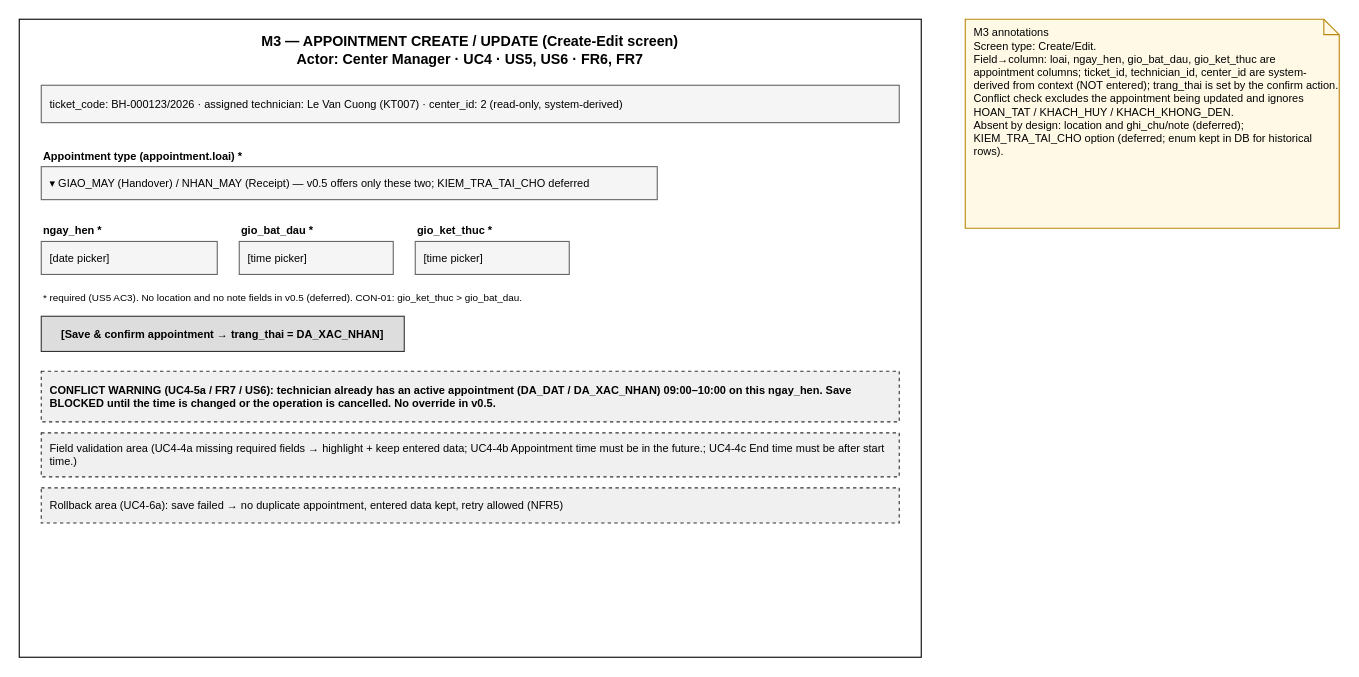
Before: page "M3 Appointment" (3 of 3) of docs/wireframes_l4_en.drawio in RASPHONE/cdtn1-rasphonesamphanthamith-l4, a draw.io diagram. Source tidied: cells renumbered, new cells numbered last; positions are measured from the earlier drawing's top-left corner, leaving out a move shared by most shapes. Both pictures are drawn from the tidied source at 110%, with x=0, y=0 at pixel (19, 19).
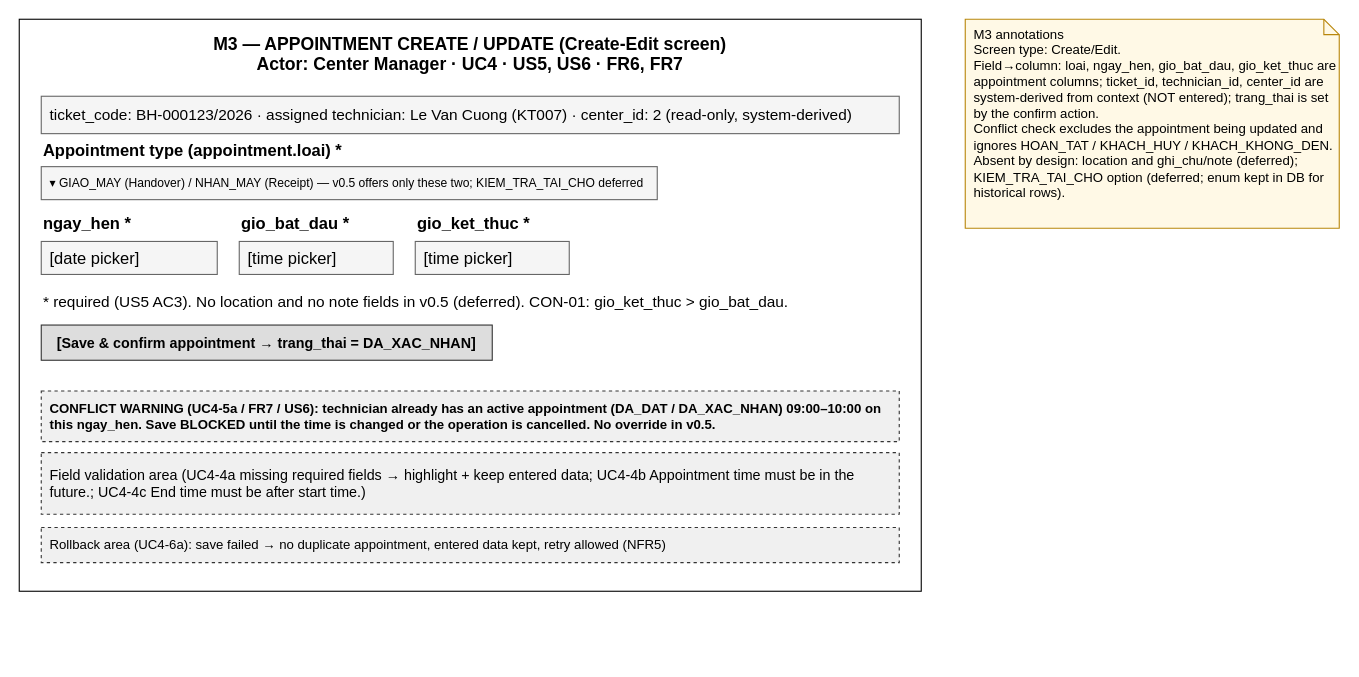
After the change.

Diff of the diagram source:
```diff
@@
 <mxGraphModel>
   <root>
     <mxCell id="0" />
     <mxCell id="1" parent="0" />
-    <mxCell id="2" value="M3 — APPOINTMENT CREATE / UPDATE (Create-Edit screen)&#10;Actor: Center Manager · UC4 · US5, US6 · FR6, FR7" style="rounded=0;whiteSpace=wrap;html=1;fillColor=#FFFFFF;strokeColor=#000000;verticalAlign=top;fontStyle=1;fontSize=13;spacingTop=6;" parent="1" vertex="1">
-      <mxGeometry width="820" height="580" as="geometry" />
+    <mxCell id="2" value="M3 — APPOINTMENT CREATE / UPDATE (Create-Edit screen)&#10;Actor: Center Manager · UC4 · US5, US6 · FR6, FR7" style="rounded=0;whiteSpace=wrap;html=1;fillColor=#FFFFFF;strokeColor=#000000;verticalAlign=top;fontStyle=1;fontSize=16;spacingTop=6;" parent="1" vertex="1">
+      <mxGeometry width="820" height="520" as="geometry" />
     </mxCell>
-    <mxCell id="3" value="ticket_code: BH-000123/2026 · assigned technician: Le Van Cuong (KT007) · center_id: 2  (read-only, system-derived)" style="rounded=0;whiteSpace=wrap;html=1;fillColor=#F5F5F5;strokeColor=#666666;align=left;spacingLeft=6;fontSize=10;" parent="1" vertex="1">
-      <mxGeometry x="20" y="60" width="780" height="34" as="geometry" />
+    <mxCell id="3" value="ticket_code: BH-000123/2026 · assigned technician: Le Van Cuong (KT007) · center_id: 2  (read-only, system-derived)" style="rounded=0;whiteSpace=wrap;html=1;fillColor=#F5F5F5;strokeColor=#666666;align=left;spacingLeft=6;fontSize=14;" parent="1" vertex="1">
+      <mxGeometry x="20" y="70" width="780" height="34" as="geometry" />
     </mxCell>
-    <mxCell id="4" value="Appointment type (appointment.loai) *" style="text;html=1;align=left;fontSize=10;fontStyle=1;" parent="1" vertex="1">
-      <mxGeometry x="20" y="112" width="260" height="18" as="geometry" />
+    <mxCell id="4" value="Appointment type (appointment.loai) *" style="text;html=1;align=left;fontSize=15;fontStyle=1;" parent="1" vertex="1">
+      <mxGeometry x="20" y="104" width="260" height="18" as="geometry" />
     </mxCell>
-    <mxCell id="5" value="▾ GIAO_MAY (Handover) / NHAN_MAY (Receipt) — v0.5 offers only these two; KIEM_TRA_TAI_CHO deferred" style="rounded=0;whiteSpace=wrap;html=1;fillColor=#F5F5F5;strokeColor=#666666;align=left;spacingLeft=6;fontSize=10;" parent="1" vertex="1">
+    <mxCell id="5" value="▾ GIAO_MAY (Handover) / NHAN_MAY (Receipt) — v0.5 offers only these two; KIEM_TRA_TAI_CHO deferred" style="rounded=0;whiteSpace=wrap;html=1;fillColor=#F5F5F5;strokeColor=#666666;align=left;spacingLeft=6;fontSize=11;" parent="1" vertex="1">
       <mxGeometry x="20" y="134" width="560" height="30" as="geometry" />
     </mxCell>
-    <mxCell id="6" value="ngay_hen *" style="text;html=1;align=left;fontSize=10;fontStyle=1;" parent="1" vertex="1">
-      <mxGeometry x="20" y="180" width="120" height="18" as="geometry" />
+    <mxCell id="6" value="ngay_hen *" style="text;html=1;align=left;fontSize=15;fontStyle=1;" parent="1" vertex="1">
+      <mxGeometry x="20" y="170" width="120" height="18" as="geometry" />
     </mxCell>
-    <mxCell id="7" value="[date picker]" style="rounded=0;whiteSpace=wrap;html=1;fillColor=#F5F5F5;strokeColor=#666666;align=left;spacingLeft=6;fontSize=10;" parent="1" vertex="1">
+    <mxCell id="7" value="[date picker]" style="rounded=0;whiteSpace=wrap;html=1;fillColor=#F5F5F5;strokeColor=#666666;align=left;spacingLeft=6;fontSize=15;" parent="1" vertex="1">
       <mxGeometry x="20" y="202" width="160" height="30" as="geometry" />
     </mxCell>
-    <mxCell id="8" value="gio_bat_dau *" style="text;html=1;align=left;fontSize=10;fontStyle=1;" parent="1" vertex="1">
-      <mxGeometry x="200" y="180" width="120" height="18" as="geometry" />
+    <mxCell id="8" value="gio_bat_dau *" style="text;html=1;align=left;fontSize=15;fontStyle=1;" parent="1" vertex="1">
+      <mxGeometry x="200" y="170" width="120" height="18" as="geometry" />
     </mxCell>
-    <mxCell id="9" value="[time picker]" style="rounded=0;whiteSpace=wrap;html=1;fillColor=#F5F5F5;strokeColor=#666666;align=left;spacingLeft=6;fontSize=10;" parent="1" vertex="1">
+    <mxCell id="9" value="[time picker]" style="rounded=0;whiteSpace=wrap;html=1;fillColor=#F5F5F5;strokeColor=#666666;align=left;spacingLeft=6;fontSize=15;" parent="1" vertex="1">
       <mxGeometry x="200" y="202" width="140" height="30" as="geometry" />
     </mxCell>
-    <mxCell id="10" value="gio_ket_thuc *" style="text;html=1;align=left;fontSize=10;fontStyle=1;" parent="1" vertex="1">
-      <mxGeometry x="360" y="180" width="120" height="18" as="geometry" />
+    <mxCell id="10" value="gio_ket_thuc *" style="text;html=1;align=left;fontSize=15;fontStyle=1;" parent="1" vertex="1">
+      <mxGeometry x="360" y="170" width="120" height="18" as="geometry" />
     </mxCell>
-    <mxCell id="11" value="[time picker]" style="rounded=0;whiteSpace=wrap;html=1;fillColor=#F5F5F5;strokeColor=#666666;align=left;spacingLeft=6;fontSize=10;" parent="1" vertex="1">
+    <mxCell id="11" value="[time picker]" style="rounded=0;whiteSpace=wrap;html=1;fillColor=#F5F5F5;strokeColor=#666666;align=left;spacingLeft=6;fontSize=15;" parent="1" vertex="1">
       <mxGeometry x="360" y="202" width="140" height="30" as="geometry" />
     </mxCell>
-    <mxCell id="12" value="* required (US5 AC3). No location and no note fields in v0.5 (deferred). CON-01: gio_ket_thuc &gt; gio_bat_dau." style="text;html=1;align=left;fontSize=9;" parent="1" vertex="1">
+    <mxCell id="12" value="* required (US5 AC3). No location and no note fields in v0.5 (deferred). CON-01: gio_ket_thuc &amp;gt; gio_bat_dau." style="text;html=1;align=left;fontSize=14;" parent="1" vertex="1">
       <mxGeometry x="20" y="242" width="780" height="18" as="geometry" />
     </mxCell>
-    <mxCell id="13" value="[Save &amp; confirm appointment → trang_thai = DA_XAC_NHAN]" style="rounded=0;whiteSpace=wrap;html=1;fillColor=#DDDDDD;strokeColor=#333333;fontSize=10;fontStyle=1;" parent="1" vertex="1">
-      <mxGeometry x="20" y="270" width="330" height="32" as="geometry" />
+    <mxCell id="13" value="[Save &amp;amp; confirm appointment → trang_thai = DA_XAC_NHAN]" style="rounded=0;whiteSpace=wrap;html=1;fillColor=#DDDDDD;strokeColor=#333333;fontSize=13;fontStyle=1;" parent="1" vertex="1">
+      <mxGeometry x="20" y="278" width="410" height="32" as="geometry" />
     </mxCell>
-    <mxCell id="14" value="CONFLICT WARNING (UC4-5a / FR7 / US6): technician already has an active appointment (DA_DAT / DA_XAC_NHAN) 09:00–10:00 on this ngay_hen. Save BLOCKED until the time is changed or the operation is cancelled. No override in v0.5." style="rounded=0;whiteSpace=wrap;html=1;fillColor=#F0F0F0;strokeColor=#333333;dashed=1;align=left;spacingLeft=6;fontSize=10;fontStyle=1;" parent="1" vertex="1">
-      <mxGeometry x="20" y="320" width="780" height="46" as="geometry" />
+    <mxCell id="14" value="CONFLICT WARNING (UC4-5a / FR7 / US6): technician already has an active appointment (DA_DAT / DA_XAC_NHAN) 09:00–10:00 on this ngay_hen. Save BLOCKED until the time is changed or the operation is cancelled. No override in v0.5." style="rounded=0;whiteSpace=wrap;html=1;fillColor=#F0F0F0;strokeColor=#333333;dashed=1;align=left;spacingLeft=6;fontSize=12;fontStyle=1;" parent="1" vertex="1">
+      <mxGeometry x="20" y="338" width="780" height="46" as="geometry" />
     </mxCell>
-    <mxCell id="15" value="Field validation area (UC4-4a missing required fields → highlight + keep entered data; UC4-4b Appointment time must be in the future.; UC4-4c End time must be after start time.)" style="rounded=0;whiteSpace=wrap;html=1;fillColor=#F0F0F0;strokeColor=#333333;dashed=1;align=left;spacingLeft=6;fontSize=10;" parent="1" vertex="1">
-      <mxGeometry x="20" y="376" width="780" height="40" as="geometry" />
+    <mxCell id="15" value="Field validation area (UC4-4a missing required fields → highlight + keep entered data; UC4-4b Appointment time must be in the future.; UC4-4c End time must be after start time.)" style="rounded=0;whiteSpace=wrap;html=1;fillColor=#F0F0F0;strokeColor=#333333;dashed=1;align=left;spacingLeft=6;fontSize=13;" parent="1" vertex="1">
+      <mxGeometry x="20" y="394" width="780" height="56" as="geometry" />
     </mxCell>
-    <mxCell id="16" value="Rollback area (UC4-6a): save failed → no duplicate appointment, entered data kept, retry allowed (NFR5)" style="rounded=0;whiteSpace=wrap;html=1;fillColor=#F0F0F0;strokeColor=#333333;dashed=1;align=left;spacingLeft=6;fontSize=10;" parent="1" vertex="1">
-      <mxGeometry x="20" y="426" width="780" height="32" as="geometry" />
+    <mxCell id="16" value="Rollback area (UC4-6a): save failed → no duplicate appointment, entered data kept, retry allowed (NFR5)" style="rounded=0;whiteSpace=wrap;html=1;fillColor=#F0F0F0;strokeColor=#333333;dashed=1;align=left;spacingLeft=6;fontSize=12;" parent="1" vertex="1">
+      <mxGeometry x="20" y="462" width="780" height="32" as="geometry" />
     </mxCell>
-    <mxCell id="17" value="M3 annotations&#10;Screen type: Create/Edit.&#10;Field→column: loai, ngay_hen, gio_bat_dau, gio_ket_thuc are appointment columns; ticket_id, technician_id, center_id are system-derived from context (NOT entered); trang_thai is set by the confirm action.&#10;Conflict check excludes the appointment being updated and ignores HOAN_TAT / KHACH_HUY / KHACH_KHONG_DEN.&#10;Absent by design: location and ghi_chu/note (deferred); KIEM_TRA_TAI_CHO option (deferred; enum kept in DB for historical rows)." style="shape=note;whiteSpace=wrap;html=1;size=14;align=left;verticalAlign=top;spacingLeft=6;fontSize=10;fillColor=#FFF9E6;strokeColor=#B8860B;" parent="1" vertex="1">
+    <mxCell id="17" value="M3 annotations&#10;Screen type: Create/Edit.&#10;Field→column: loai, ngay_hen, gio_bat_dau, gio_ket_thuc are appointment columns; ticket_id, technician_id, center_id are system-derived from context (NOT entered); trang_thai is set by the confirm action.&#10;Conflict check excludes the appointment being updated and ignores HOAN_TAT / KHACH_HUY / KHACH_KHONG_DEN.&#10;Absent by design: location and ghi_chu/note (deferred); KIEM_TRA_TAI_CHO option (deferred; enum kept in DB for historical rows)." style="shape=note;whiteSpace=wrap;html=1;size=14;align=left;verticalAlign=top;spacingLeft=6;fontSize=12;fillColor=#FFF9E6;strokeColor=#B8860B;" parent="1" vertex="1">
       <mxGeometry x="860" width="340" height="190" as="geometry" />
     </mxCell>
   </root>
 </mxGraphModel>
```
